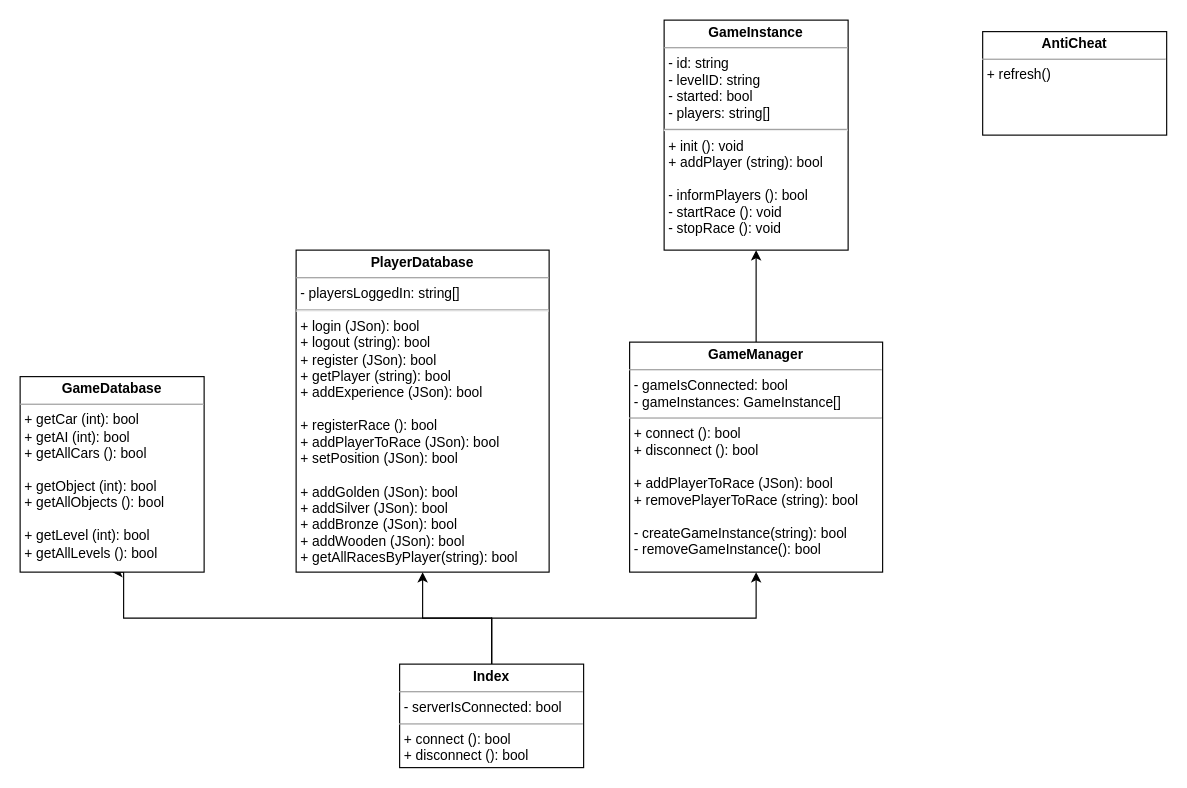
Earlier version of the draw.io diagram page "UML - Servidor" (2 of 3) of Documentación/Diseño/Diagramas.drawio (eespunes/Desarrollo-de-un-Prototipo-de-Videojuego-en-Red). Source tidied: cells renumbered, new cells numbered last; positions are measured from the earlier drawing's top-left corner, leaving out a move shared by most shapes. Both pictures are drawn from the tidied source at 115%, with x=0, y=0 at pixel (20, 20).
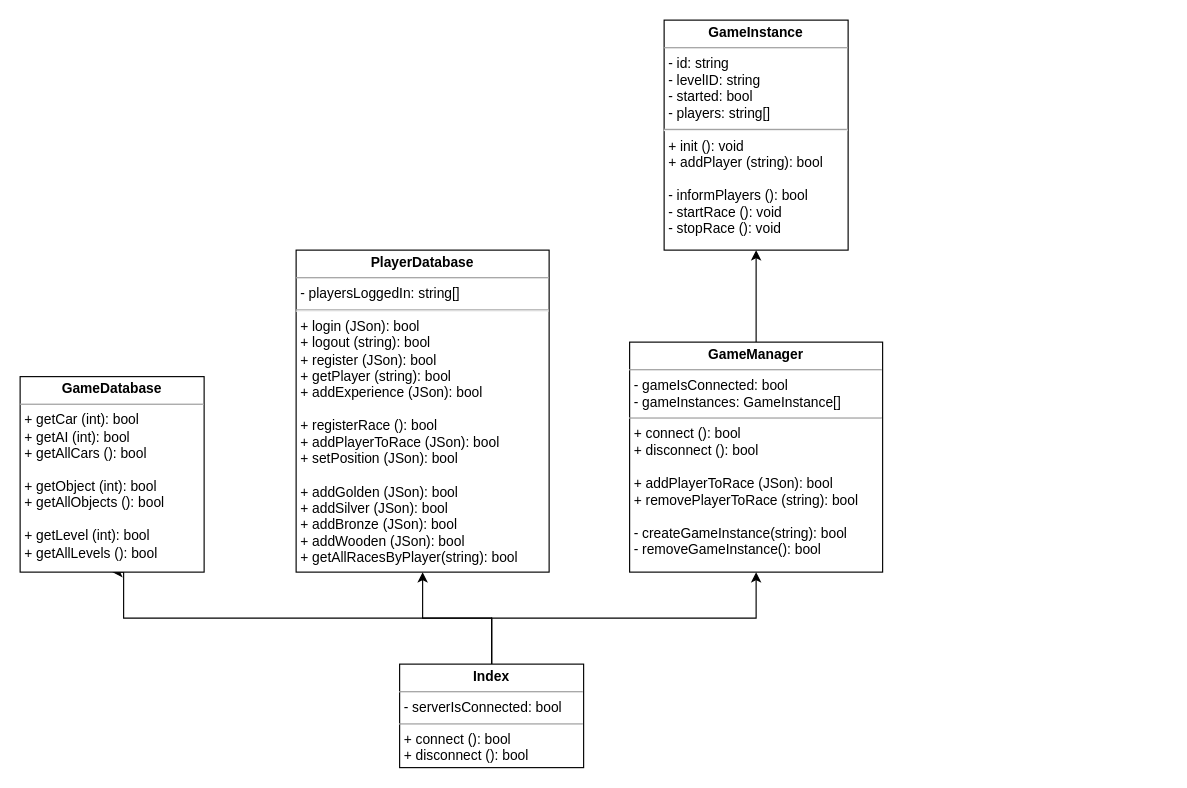
After the change.

Change to the diagram source:
```diff
@@
 <mxGraphModel>
   <root>
     <mxCell id="0" />
     <mxCell id="1" parent="0" />
     <mxCell id="2" style="edgeStyle=orthogonalEdgeStyle;rounded=0;jettySize=auto;html=1;exitX=0.5;exitY=0;exitDx=0;exitDy=0;entryX=0.5;entryY=1;entryDx=0;entryDy=0;" parent="1" edge="1" source="5" target="8">
       <mxGeometry relative="1" as="geometry">
         <Array as="points">
           <mxPoint x="410" y="520" />
           <mxPoint x="90" y="520" />
           <mxPoint x="90" y="480" />
         </Array>
       </mxGeometry>
     </mxCell>
     <mxCell id="3" style="edgeStyle=orthogonalEdgeStyle;rounded=0;jettySize=auto;html=1;exitX=0.5;exitY=0;exitDx=0;exitDy=0;entryX=0.5;entryY=1;entryDx=0;entryDy=0;" parent="1" edge="1" source="5" target="9">
       <mxGeometry relative="1" as="geometry">
         <Array as="points">
           <mxPoint x="410" y="520" />
           <mxPoint x="350" y="520" />
         </Array>
       </mxGeometry>
     </mxCell>
     <mxCell id="4" style="edgeStyle=orthogonalEdgeStyle;rounded=0;jettySize=auto;html=1;exitX=0.5;exitY=0;exitDx=0;exitDy=0;entryX=0.5;entryY=1;entryDx=0;entryDy=0;" parent="1" edge="1" source="5" target="7">
       <mxGeometry relative="1" as="geometry">
         <Array as="points">
           <mxPoint x="410" y="520" />
           <mxPoint x="640" y="520" />
         </Array>
       </mxGeometry>
     </mxCell>
     <mxCell id="5" value="&lt;p style=&quot;margin: 0px ; margin-top: 4px ; text-align: center&quot;&gt;&lt;b&gt;Index&lt;/b&gt;&lt;/p&gt;&lt;hr size=&quot;1&quot;&gt;&lt;p style=&quot;margin: 0px ; margin-left: 4px&quot;&gt;- serverIsConnected: bool&lt;/p&gt;&lt;hr size=&quot;1&quot;&gt;&lt;p style=&quot;margin: 0px ; margin-left: 4px&quot;&gt;+ connect (): bool&lt;/p&gt;&lt;p style=&quot;margin: 0px ; margin-left: 4px&quot;&gt;+ disconnect (): bool&lt;/p&gt;" style="verticalAlign=top;align=left;overflow=fill;fontSize=12;fontFamily=Helvetica;html=1;" parent="1" vertex="1">
       <mxGeometry x="330" y="560" width="160" height="90" as="geometry" />
     </mxCell>
     <mxCell id="6" style="edgeStyle=orthogonalEdgeStyle;rounded=0;jettySize=auto;html=1;exitX=0.5;exitY=0;exitDx=0;exitDy=0;entryX=0.5;entryY=1;entryDx=0;entryDy=0;" parent="1" edge="1" source="7" target="10">
       <mxGeometry relative="1" as="geometry" />
     </mxCell>
     <mxCell id="7" value="&lt;p style=&quot;margin: 0px ; margin-top: 4px ; text-align: center&quot;&gt;&lt;b&gt;GameManager&lt;/b&gt;&lt;/p&gt;&lt;hr size=&quot;1&quot;&gt;&lt;p style=&quot;margin: 0px ; margin-left: 4px&quot;&gt;- gameIsConnected: bool&lt;/p&gt;&lt;p style=&quot;margin: 0px ; margin-left: 4px&quot;&gt;- gameInstances: GameInstance[]&lt;/p&gt;&lt;hr size=&quot;1&quot;&gt;&lt;p style=&quot;margin: 0px 0px 0px 4px&quot;&gt;+ connect (): bool&lt;/p&gt;&lt;p style=&quot;margin: 0px 0px 0px 4px&quot;&gt;+ disconnect (): bool&lt;/p&gt;&lt;p style=&quot;margin: 0px 0px 0px 4px&quot;&gt;&lt;br&gt;&lt;/p&gt;&lt;p style=&quot;margin: 0px ; margin-left: 4px&quot;&gt;+ addPlayerToRace (JSon): bool&lt;/p&gt;&lt;p style=&quot;margin: 0px ; margin-left: 4px&quot;&gt;+ removePlayerToRace (string): bool&lt;/p&gt;&lt;p style=&quot;margin: 0px ; margin-left: 4px&quot;&gt;&lt;br&gt;&lt;/p&gt;&lt;p style=&quot;margin: 0px ; margin-left: 4px&quot;&gt;- createGameInstance(string): bool&lt;/p&gt;&lt;p style=&quot;margin: 0px ; margin-left: 4px&quot;&gt;- removeGameInstance(): bool&lt;/p&gt;" style="verticalAlign=top;align=left;overflow=fill;fontSize=12;fontFamily=Helvetica;html=1;" parent="1" vertex="1">
       <mxGeometry x="530" y="280" width="220" height="200" as="geometry" />
     </mxCell>
     <mxCell id="8" value="&lt;p style=&quot;margin: 0px ; margin-top: 4px ; text-align: center&quot;&gt;&lt;b&gt;GameDatabase&lt;/b&gt;&lt;/p&gt;&lt;hr size=&quot;1&quot;&gt;&lt;p style=&quot;margin: 0px ; margin-left: 4px&quot;&gt;&lt;/p&gt;&lt;p style=&quot;margin: 0px ; margin-left: 4px&quot;&gt;+ getCar (int): bool&lt;/p&gt;&lt;p style=&quot;margin: 0px ; margin-left: 4px&quot;&gt;+ getAI (int): bool&lt;/p&gt;&lt;p style=&quot;margin: 0px ; margin-left: 4px&quot;&gt;+ getAllCars (): bool&lt;/p&gt;&lt;p style=&quot;margin: 0px ; margin-left: 4px&quot;&gt;&lt;br&gt;&lt;/p&gt;&lt;p style=&quot;margin: 0px ; margin-left: 4px&quot;&gt;+ getObject (int): bool&lt;/p&gt;&lt;p style=&quot;margin: 0px ; margin-left: 4px&quot;&gt;+ getAllObjects (): bool&lt;/p&gt;&lt;p style=&quot;margin: 0px ; margin-left: 4px&quot;&gt;&lt;br&gt;&lt;/p&gt;&lt;p style=&quot;margin: 0px ; margin-left: 4px&quot;&gt;+ getLevel (int): bool&lt;/p&gt;&lt;p style=&quot;margin: 0px ; margin-left: 4px&quot;&gt;+ getAllLevels (): bool&lt;/p&gt;" style="verticalAlign=top;align=left;overflow=fill;fontSize=12;fontFamily=Helvetica;html=1;" parent="1" vertex="1">
       <mxGeometry y="310" width="160" height="170" as="geometry" />
     </mxCell>
     <mxCell id="9" value="&lt;p style=&quot;margin: 0px ; margin-top: 4px ; text-align: center&quot;&gt;&lt;b&gt;PlayerDatabase&lt;/b&gt;&lt;/p&gt;&lt;hr size=&quot;1&quot;&gt;&lt;p style=&quot;margin: 0px 0px 0px 4px&quot;&gt;- playersLoggedIn: string[]&lt;/p&gt;&lt;hr&gt;&lt;p style=&quot;margin: 0px 0px 0px 4px&quot;&gt;+ login (JSon): bool&lt;/p&gt;&lt;p style=&quot;margin: 0px 0px 0px 4px&quot;&gt;+ logout (string): bool&lt;/p&gt;&lt;p style=&quot;margin: 0px 0px 0px 4px&quot;&gt;+ register (JSon): bool&lt;/p&gt;&lt;p style=&quot;margin: 0px 0px 0px 4px&quot;&gt;+ getPlayer (string): bool&lt;/p&gt;&lt;p style=&quot;margin: 0px 0px 0px 4px&quot;&gt;+ addExperience (JSon): bool&lt;/p&gt;&lt;p style=&quot;margin: 0px 0px 0px 4px&quot;&gt;&lt;br&gt;&lt;/p&gt;&lt;p style=&quot;margin: 0px 0px 0px 4px&quot;&gt;+ registerRace (): bool&lt;/p&gt;&lt;p style=&quot;margin: 0px 0px 0px 4px&quot;&gt;+ addPlayerToRace (JSon): bool&lt;/p&gt;&lt;p style=&quot;margin: 0px 0px 0px 4px&quot;&gt;+ setPosition (JSon): bool&lt;/p&gt;&lt;p style=&quot;margin: 0px 0px 0px 4px&quot;&gt;&lt;br&gt;&lt;/p&gt;&lt;p style=&quot;margin: 0px 0px 0px 4px&quot;&gt;+ addGolden (JSon): bool&lt;/p&gt;&lt;p style=&quot;margin: 0px 0px 0px 4px&quot;&gt;+ addSilver (JSon): bool&lt;/p&gt;&lt;p style=&quot;margin: 0px 0px 0px 4px&quot;&gt;+ addBronze (JSon): bool&lt;br&gt;&lt;/p&gt;&lt;p style=&quot;margin: 0px 0px 0px 4px&quot;&gt;+ addWooden (JSon): bool&lt;br&gt;&lt;/p&gt;&lt;p style=&quot;margin: 0px 0px 0px 4px&quot;&gt;+ getAllRacesByPlayer(string): bool&lt;/p&gt;" style="verticalAlign=top;align=left;overflow=fill;fontSize=12;fontFamily=Helvetica;html=1;" parent="1" vertex="1">
       <mxGeometry x="240" y="200" width="220" height="280" as="geometry" />
     </mxCell>
     <mxCell id="10" value="&lt;p style=&quot;margin: 0px ; margin-top: 4px ; text-align: center&quot;&gt;&lt;b&gt;GameInstance&lt;/b&gt;&lt;/p&gt;&lt;hr size=&quot;1&quot;&gt;&lt;p style=&quot;margin: 0px ; margin-left: 4px&quot;&gt;- id: string&lt;/p&gt;&lt;p style=&quot;margin: 0px ; margin-left: 4px&quot;&gt;- levelID: string&lt;/p&gt;&lt;p style=&quot;margin: 0px ; margin-left: 4px&quot;&gt;- started: bool&lt;/p&gt;&lt;p style=&quot;margin: 0px ; margin-left: 4px&quot;&gt;- players: string[]&lt;/p&gt;&lt;hr&gt;&lt;p style=&quot;margin: 0px ; margin-left: 4px&quot;&gt;+ init (): void&lt;/p&gt;&lt;p style=&quot;margin: 0px ; margin-left: 4px&quot;&gt;+ addPlayer (string): bool&lt;/p&gt;&lt;p style=&quot;margin: 0px ; margin-left: 4px&quot;&gt;&lt;br&gt;&lt;/p&gt;&lt;p style=&quot;margin: 0px ; margin-left: 4px&quot;&gt;- informPlayers (): bool&lt;/p&gt;&lt;p style=&quot;margin: 0px ; margin-left: 4px&quot;&gt;- startRace (): void&lt;/p&gt;&lt;p style=&quot;margin: 0px ; margin-left: 4px&quot;&gt;- stopRace (): void&lt;/p&gt;" style="verticalAlign=top;align=left;overflow=fill;fontSize=12;fontFamily=Helvetica;html=1;" parent="1" vertex="1">
       <mxGeometry x="560" width="160" height="200" as="geometry" />
     </mxCell>
-    <mxCell id="11" value="&lt;p style=&quot;margin: 0px ; margin-top: 4px ; text-align: center&quot;&gt;&lt;b&gt;AntiCheat&lt;/b&gt;&lt;/p&gt;&lt;hr size=&quot;1&quot;&gt;&lt;p style=&quot;margin: 0px ; margin-left: 4px&quot;&gt;+ refresh()&lt;/p&gt;" style="verticalAlign=top;align=left;overflow=fill;fontSize=12;fontFamily=Helvetica;html=1;" parent="1" vertex="1">
-      <mxGeometry x="837" y="10" width="160" height="90" as="geometry" />
-    </mxCell>
   </root>
 </mxGraphModel>
```
